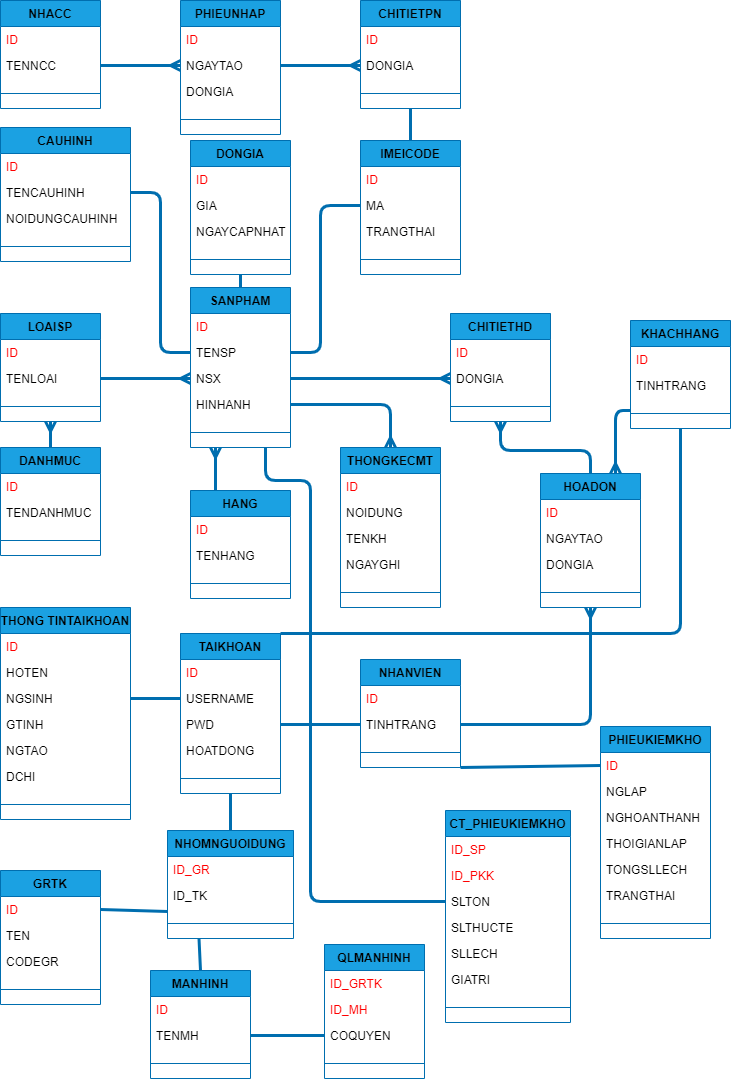
The draw.io diagram erd.drawio.png in QlyBanHangDT/qlyBanHang, before a commit. Source tidied: cells renumbered, new cells last; positions are measured from the earlier drawing's top-left corner, leaving out a move shared by most shapes.
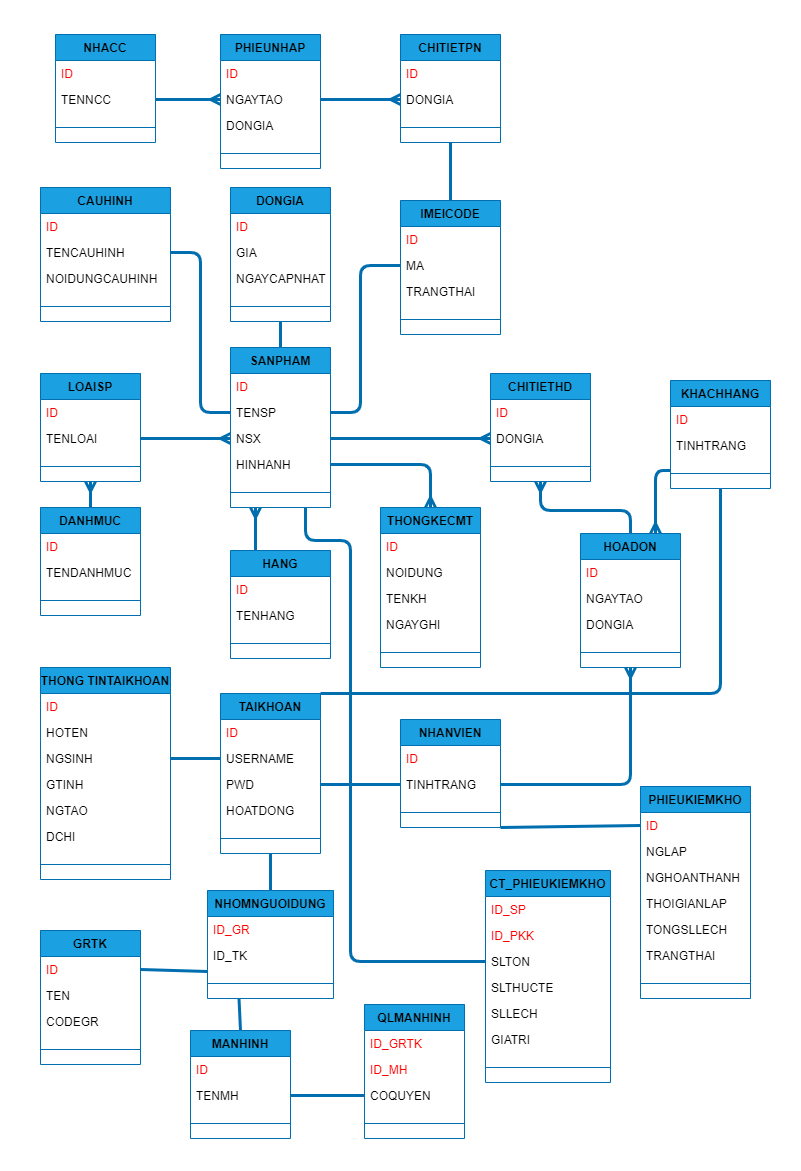
After the commit.

Change to the diagram source:
```diff
@@ -44,7 +44,7 @@
       </mxGeometry>
     </mxCell>
     <mxCell id="14" value="DONGIA" style="swimlane;fontStyle=1;align=center;verticalAlign=top;horizontal=1;startSize=26;fillColor=#1ba1e2;fontColor=default;strokeColor=#006EAF;gradientColor=none;swimlaneFillColor=none;" parent="1" vertex="1">
-      <mxGeometry x="190" y="140" width="100" height="134" as="geometry" />
+      <mxGeometry x="190" y="127" width="100" height="134" as="geometry" />
     </mxCell>
     <mxCell id="15" value="ID" style="text;strokeColor=none;fillColor=none;align=left;verticalAlign=top;spacingLeft=4;spacingRight=4;overflow=hidden;fontColor=#FF0000;" parent="14" vertex="1">
       <mxGeometry y="26" width="100" height="26" as="geometry" />
@@ -85,7 +85,7 @@
       </mxGeometry>
     </mxCell>
     <mxCell id="26" value="CHITIETPN" style="swimlane;fontStyle=1;align=center;verticalAlign=top;horizontal=1;startSize=26;fillColor=#1ba1e2;fontColor=default;strokeColor=#006EAF;gradientColor=none;swimlaneFillColor=none;" parent="1" vertex="1">
-      <mxGeometry x="360" width="100" height="108" as="geometry" />
+      <mxGeometry x="360" y="-26" width="100" height="108" as="geometry" />
     </mxCell>
     <mxCell id="27" value="ID" style="text;strokeColor=none;fillColor=none;align=left;verticalAlign=top;spacingLeft=4;spacingRight=4;overflow=hidden;fontColor=#FF0000;" parent="26" vertex="1">
       <mxGeometry y="26" width="100" height="26" as="geometry" />
@@ -118,7 +118,7 @@
       <mxGeometry y="130" width="100" height="30" as="geometry" />
     </mxCell>
     <mxCell id="37" value="PHIEUNHAP" style="swimlane;fontStyle=1;align=center;verticalAlign=top;horizontal=1;startSize=26;fillColor=#1ba1e2;fontColor=default;strokeColor=#006EAF;gradientColor=none;swimlaneFillColor=none;" parent="1" vertex="1">
-      <mxGeometry x="180" width="100" height="134" as="geometry" />
+      <mxGeometry x="180" y="-26" width="100" height="134" as="geometry" />
     </mxCell>
     <mxCell id="38" value="ID" style="text;strokeColor=none;fillColor=none;align=left;verticalAlign=top;spacingLeft=4;spacingRight=4;overflow=hidden;fontColor=#FF0000;" parent="37" vertex="1">
       <mxGeometry y="26" width="100" height="26" as="geometry" />
@@ -136,7 +136,7 @@
       <mxGeometry relative="1" as="geometry" />
     </mxCell>
     <mxCell id="43" value="NHACC" style="swimlane;fontStyle=1;align=center;verticalAlign=top;horizontal=1;startSize=26;fillColor=#1ba1e2;fontColor=default;strokeColor=#006EAF;gradientColor=none;swimlaneFillColor=none;" parent="1" vertex="1">
-      <mxGeometry width="100" height="108" as="geometry" />
+      <mxGeometry x="15" y="-26" width="100" height="108" as="geometry" />
     </mxCell>
     <mxCell id="44" value="ID" style="text;strokeColor=none;fillColor=none;align=left;verticalAlign=top;spacingLeft=4;spacingRight=4;overflow=hidden;fontColor=#FF0000;" parent="43" vertex="1">
       <mxGeometry y="26" width="100" height="26" as="geometry" />
@@ -459,5 +459,8 @@
     <mxCell id="141" style="line;strokeWidth=1;fillColor=#1ba1e2;align=left;verticalAlign=middle;spacingTop=-1;spacingLeft=3;spacingRight=3;labelPosition=right;fontColor=#ffffff;strokeColor=#006EAF;" parent="134" vertex="1">
       <mxGeometry y="182" width="125" height="30" as="geometry" />
     </mxCell>
+    <mxCell id="142" style="rounded=0;whiteSpace=wrap;html=1;fillColor=none;strokeColor=none;" parent="1" vertex="1">
+      <mxGeometry x="-40" y="-60" width="800" height="1170" as="geometry" />
+    </mxCell>
   </root>
 </mxGraphModel>
```
